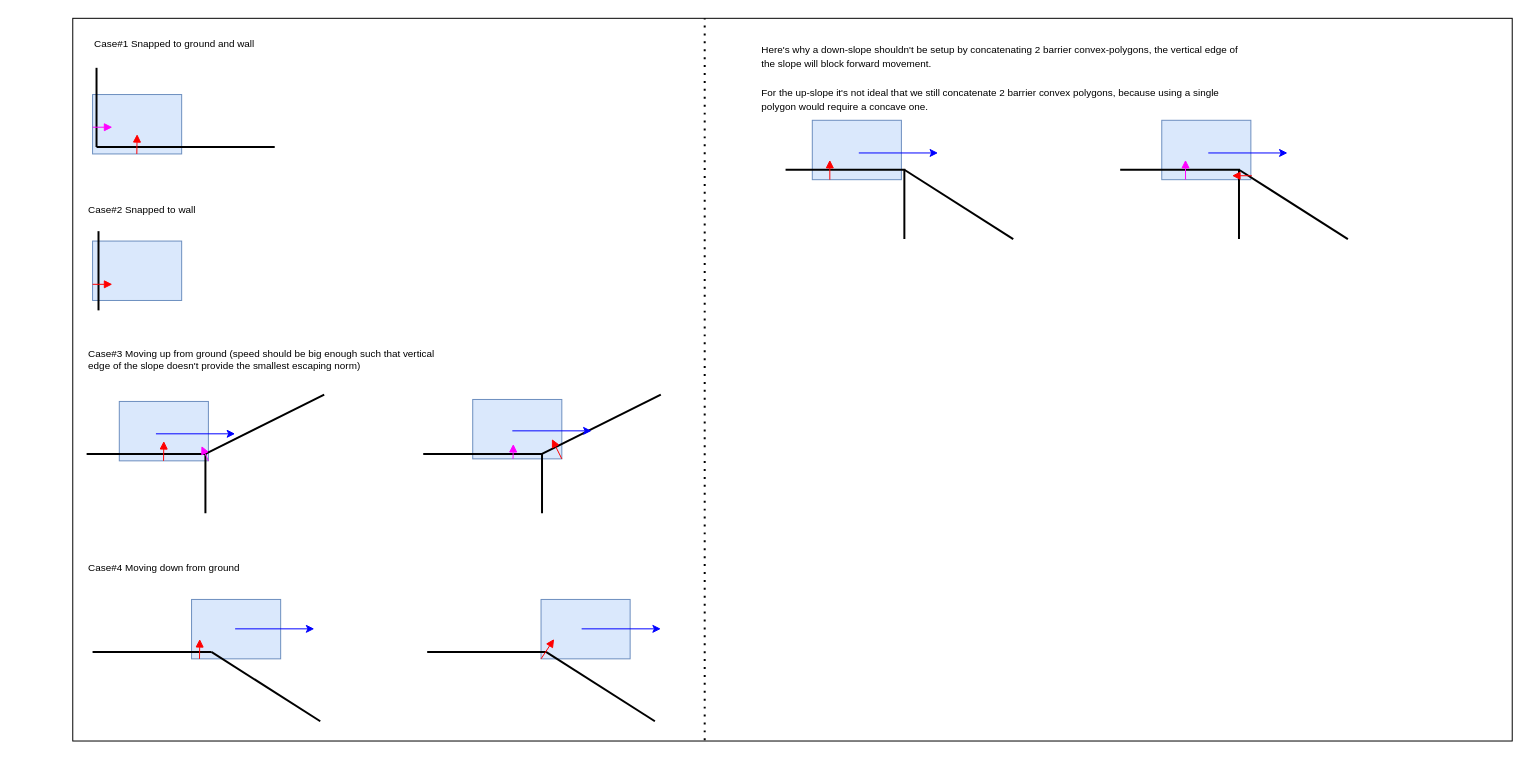
Above: page "MultiHardPushbacks" (7 of 7) of charts/DelayNoMore.drawio in genxium/DelayNoMoreUnity (draw.io), before the change. Source tidied: cells renumbered, new cells numbered last; positions are measured from the earlier drawing's top-left corner, leaving out a move shared by most shapes. Both pictures are drawn from the tidied source at 99%, with x=0, y=0 at pixel (72, 18).
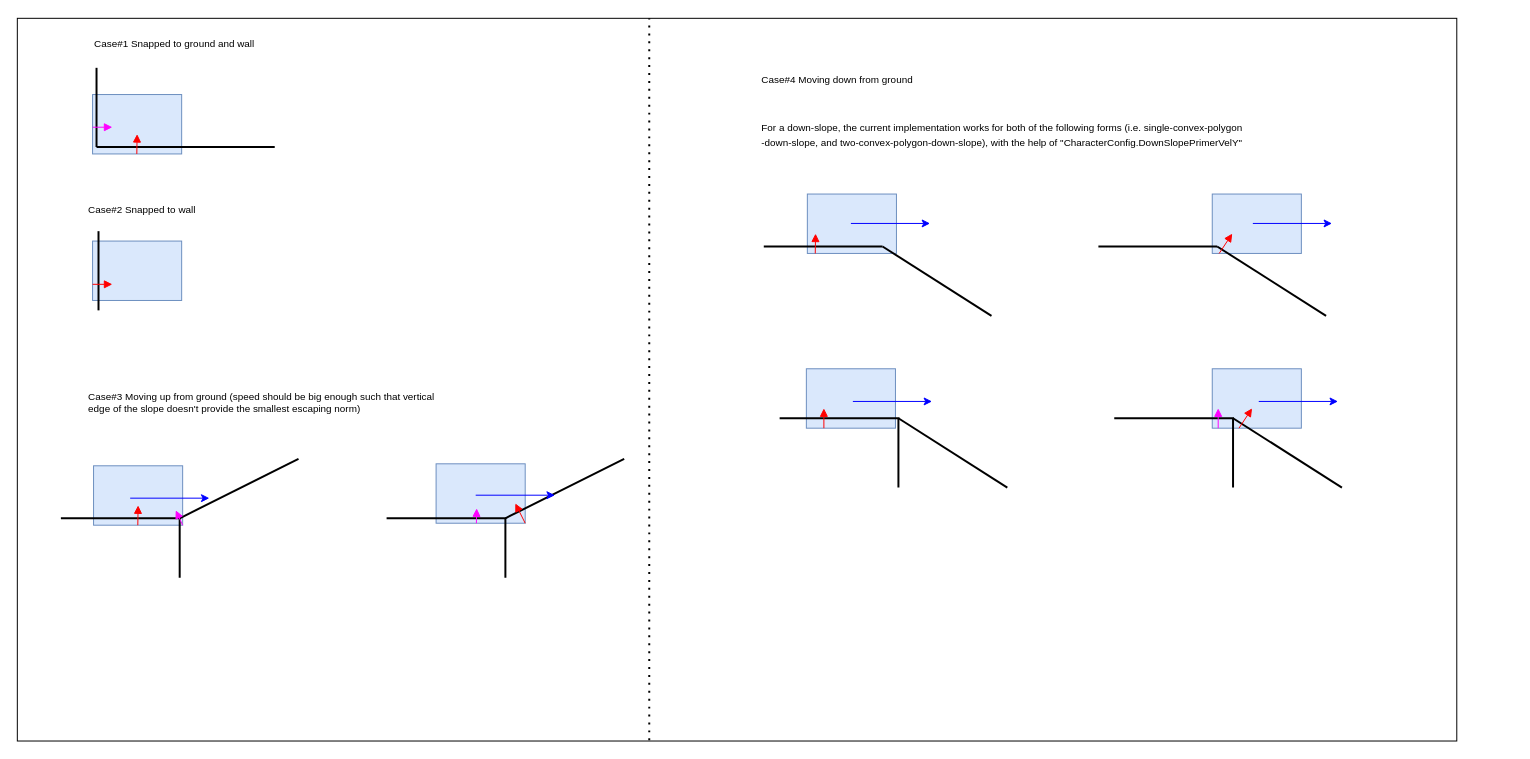
After the change.

What changed in the source:
```diff
@@
     <mxCell id="2" style="rounded=0;whiteSpace=wrap;html=1;fontSize=10;" parent="1" vertex="1">
-      <mxGeometry width="1454" height="730" as="geometry" />
+      <mxGeometry x="-56" width="1454" height="730" as="geometry" />
     </mxCell>
@@
     <mxCell id="4" style="rounded=0;whiteSpace=wrap;html=1;fillColor=#dae8fc;strokeColor=#6c8ebf;" parent="1" vertex="1">
-      <mxGeometry x="47" y="387" width="90" height="60" as="geometry" />
+      <mxGeometry x="21" y="452" width="90" height="60" as="geometry" />
     </mxCell>
     <mxCell id="5" style="rounded=0;whiteSpace=wrap;html=1;fillColor=#dae8fc;strokeColor=#6c8ebf;" parent="1" vertex="1">
-      <mxGeometry x="120" y="587" width="90" height="60" as="geometry" />
+      <mxGeometry x="742" y="177.5" width="90" height="60" as="geometry" />
     </mxCell>
@@
     <mxCell id="9" style="endArrow=none;html=1;rounded=0;strokeWidth=2;" parent="1" edge="1">
       <mxGeometry relative="1" as="geometry">
-        <mxPoint x="20" y="640" as="sourcePoint" />
-        <mxPoint x="140" y="640" as="targetPoint" />
+        <mxPoint x="698" y="230.5" as="sourcePoint" />
+        <mxPoint x="818" y="230.5" as="targetPoint" />
         <Array as="points">
-          <mxPoint x="140" y="640" />
+          <mxPoint x="818" y="230.5" />
         </Array>
       </mxGeometry>
     </mxCell>
     <mxCell id="10" style="endArrow=none;html=1;rounded=0;strokeWidth=2;" parent="1" edge="1">
       <mxGeometry relative="1" as="geometry">
-        <mxPoint x="140" y="640" as="sourcePoint" />
-        <mxPoint x="250" y="710" as="targetPoint" />
+        <mxPoint x="818" y="230.5" as="sourcePoint" />
+        <mxPoint x="928" y="300.5" as="targetPoint" />
       </mxGeometry>
     </mxCell>
     <mxCell id="11" style="endArrow=none;html=1;rounded=0;strokeWidth=2;" parent="1" edge="1">
       <mxGeometry relative="1" as="geometry">
-        <mxPoint x="14" y="440" as="sourcePoint" />
-        <mxPoint x="134" y="500" as="targetPoint" />
+        <mxPoint x="-12" y="505" as="sourcePoint" />
+        <mxPoint x="108" y="565" as="targetPoint" />
         <Array as="points">
-          <mxPoint x="134" y="440" />
+          <mxPoint x="108" y="505" />
         </Array>
       </mxGeometry>
     </mxCell>
     <mxCell id="12" style="endArrow=none;html=1;rounded=0;strokeWidth=2;" parent="1" edge="1">
       <mxGeometry relative="1" as="geometry">
-        <mxPoint x="134" y="440" as="sourcePoint" />
-        <mxPoint x="254" y="380" as="targetPoint" />
+        <mxPoint x="108" y="505" as="sourcePoint" />
+        <mxPoint x="228" y="445" as="targetPoint" />
       </mxGeometry>
     </mxCell>
@@
     <mxCell id="14" style="rounded=0;whiteSpace=wrap;html=1;fillColor=#dae8fc;strokeColor=#6c8ebf;" parent="1" vertex="1">
-      <mxGeometry x="404" y="385" width="90" height="60" as="geometry" />
+      <mxGeometry x="367" y="450" width="90" height="60" as="geometry" />
     </mxCell>
     <mxCell id="15" style="endArrow=none;html=1;rounded=0;strokeWidth=2;" parent="1" edge="1">
       <mxGeometry relative="1" as="geometry">
-        <mxPoint x="354" y="440" as="sourcePoint" />
-        <mxPoint x="474" y="500" as="targetPoint" />
+        <mxPoint x="317" y="505" as="sourcePoint" />
+        <mxPoint x="437" y="565" as="targetPoint" />
         <Array as="points">
-          <mxPoint x="474" y="440" />
+          <mxPoint x="437" y="505" />
         </Array>
       </mxGeometry>
     </mxCell>
     <mxCell id="16" style="endArrow=none;html=1;rounded=0;strokeWidth=2;" parent="1" edge="1">
       <mxGeometry relative="1" as="geometry">
-        <mxPoint x="474" y="440" as="sourcePoint" />
-        <mxPoint x="594" y="380" as="targetPoint" />
+        <mxPoint x="437" y="505" as="sourcePoint" />
+        <mxPoint x="557" y="445" as="targetPoint" />
       </mxGeometry>
     </mxCell>
     <mxCell id="17" style="rounded=0;whiteSpace=wrap;html=1;fillColor=#dae8fc;strokeColor=#6c8ebf;" parent="1" vertex="1">
-      <mxGeometry x="473" y="587" width="90" height="60" as="geometry" />
+      <mxGeometry x="1151" y="177.5" width="90" height="60" as="geometry" />
     </mxCell>
     <mxCell id="18" style="endArrow=none;html=1;rounded=0;strokeWidth=2;" parent="1" edge="1">
       <mxGeometry relative="1" as="geometry">
-        <mxPoint x="358" y="640" as="sourcePoint" />
-        <mxPoint x="478" y="640" as="targetPoint" />
+        <mxPoint x="1036" y="230.5" as="sourcePoint" />
+        <mxPoint x="1156" y="230.5" as="targetPoint" />
         <Array as="points">
-          <mxPoint x="478" y="640" />
+          <mxPoint x="1156" y="230.5" />
         </Array>
       </mxGeometry>
     </mxCell>
     <mxCell id="19" style="endArrow=none;html=1;rounded=0;strokeWidth=2;" parent="1" edge="1">
       <mxGeometry relative="1" as="geometry">
-        <mxPoint x="478" y="640" as="sourcePoint" />
-        <mxPoint x="588" y="710" as="targetPoint" />
+        <mxPoint x="1156" y="230.5" as="sourcePoint" />
+        <mxPoint x="1266" y="300.5" as="targetPoint" />
       </mxGeometry>
     </mxCell>
     <mxCell id="20" style="rounded=0;whiteSpace=wrap;html=1;fillColor=#dae8fc;strokeColor=#6c8ebf;" parent="1" vertex="1">
-      <mxGeometry x="747" y="103" width="90" height="60" as="geometry" />
+      <mxGeometry x="741" y="354" width="90" height="60" as="geometry" />
     </mxCell>
     <mxCell id="21" style="endArrow=none;html=1;rounded=0;strokeWidth=2;" parent="1" edge="1">
       <mxGeometry relative="1" as="geometry">
-        <mxPoint x="720" y="153" as="sourcePoint" />
-        <mxPoint x="840" y="223" as="targetPoint" />
+        <mxPoint x="714" y="404" as="sourcePoint" />
+        <mxPoint x="834" y="474" as="targetPoint" />
         <Array as="points">
-          <mxPoint x="840" y="153" />
+          <mxPoint x="834" y="404" />
         </Array>
       </mxGeometry>
     </mxCell>
     <mxCell id="22" style="endArrow=none;html=1;rounded=0;strokeWidth=2;" parent="1" edge="1">
       <mxGeometry relative="1" as="geometry">
-        <mxPoint x="840" y="153" as="sourcePoint" />
-        <mxPoint x="950" y="223" as="targetPoint" />
+        <mxPoint x="834" y="404" as="sourcePoint" />
+        <mxPoint x="944" y="474" as="targetPoint" />
       </mxGeometry>
     </mxCell>
-    <mxCell id="23" value="&lt;font style=&quot;font-size: 10px&quot;&gt;Here's why a down-slope shouldn't be setup by concatenating 2 barrier convex-polygons, the vertical edge of the slope will block forward movement.&lt;br&gt;&lt;br&gt;For the up-slope it's not ideal that we still concatenate 2 barrier convex polygons, because using a single polygon would require a concave one.&amp;nbsp;&lt;/font&gt;" style="text;html=1;strokeColor=none;fillColor=none;align=left;verticalAlign=middle;whiteSpace=wrap;rounded=0;" parent="1" vertex="1">
-      <mxGeometry x="694" y="30" width="490" height="60" as="geometry" />
+    <mxCell id="23" value="&lt;span style=&quot;font-size: 10px&quot;&gt;For a down-slope, the current implementation works for both of the following forms (i.e. single-convex-polygon -down-slope, and two-convex-polygon-down-slope), with the help of &quot;CharacterConfig.DownSlopePrimerVelY&quot;&lt;/span&gt;" style="text;html=1;strokeColor=none;fillColor=none;align=left;verticalAlign=middle;whiteSpace=wrap;rounded=0;" parent="1" vertex="1">
+      <mxGeometry x="694" y="87" width="490" height="60" as="geometry" />
     </mxCell>
     <mxCell id="24" style="endArrow=classic;html=1;rounded=0;exitX=0.522;exitY=0.55;exitDx=0;exitDy=0;exitPerimeter=0;strokeColor=#0000FF;" parent="1" edge="1" source="20">
       <mxGeometry relative="1" as="geometry">
-        <mxPoint x="874" y="136" as="targetPoint" />
+        <mxPoint x="868" y="387" as="targetPoint" />
       </mxGeometry>
     </mxCell>
     <mxCell id="25" style="rounded=0;whiteSpace=wrap;html=1;fillColor=#dae8fc;strokeColor=#6c8ebf;" parent="1" vertex="1">
-      <mxGeometry x="1100" y="103" width="90" height="60" as="geometry" />
+      <mxGeometry x="1151" y="354" width="90" height="60" as="geometry" />
     </mxCell>
     <mxCell id="26" style="endArrow=none;html=1;rounded=0;strokeWidth=2;" parent="1" edge="1">
       <mxGeometry relative="1" as="geometry">
-        <mxPoint x="1058" y="153" as="sourcePoint" />
-        <mxPoint x="1178" y="223" as="targetPoint" />
+        <mxPoint x="1052" y="404" as="sourcePoint" />
+        <mxPoint x="1172" y="474" as="targetPoint" />
         <Array as="points">
-          <mxPoint x="1178" y="153" />
+          <mxPoint x="1172" y="404" />
         </Array>
       </mxGeometry>
     </mxCell>
     <mxCell id="27" style="endArrow=none;html=1;rounded=0;strokeWidth=2;" parent="1" edge="1">
       <mxGeometry relative="1" as="geometry">
-        <mxPoint x="1178" y="153" as="sourcePoint" />
-        <mxPoint x="1288" y="223" as="targetPoint" />
+        <mxPoint x="1172" y="404" as="sourcePoint" />
+        <mxPoint x="1282" y="474" as="targetPoint" />
       </mxGeometry>
     </mxCell>
     <mxCell id="28" style="endArrow=classic;html=1;rounded=0;exitX=0.522;exitY=0.55;exitDx=0;exitDy=0;exitPerimeter=0;strokeColor=#0000FF;" parent="1" edge="1" source="25">
       <mxGeometry relative="1" as="geometry">
-        <mxPoint x="1227" y="136" as="targetPoint" />
+        <mxPoint x="1278" y="387" as="targetPoint" />
       </mxGeometry>
     </mxCell>
-    <mxCell id="29" style="endArrow=block;html=1;rounded=0;strokeColor=#FF0000;endFill=1;" parent="1" edge="1">
-      <mxGeometry relative="1" as="geometry">
-        <mxPoint x="1191" y="159" as="sourcePoint" />
-        <mxPoint x="1171" y="159" as="targetPoint" />
-      </mxGeometry>
-    </mxCell>
     <mxCell id="30" style="endArrow=block;html=1;rounded=0;strokeColor=#FF00FF;endFill=1;" parent="1" edge="1">
       <mxGeometry relative="1" as="geometry">
-        <mxPoint x="1124" y="163" as="sourcePoint" />
-        <mxPoint x="1124" y="143" as="targetPoint" />
+        <mxPoint x="1157" y="414" as="sourcePoint" />
+        <mxPoint x="1157" y="394" as="targetPoint" />
       </mxGeometry>
     </mxCell>
@@
     <mxCell id="33" style="endArrow=block;html=1;rounded=0;strokeColor=#FF0000;endFill=1;" parent="1" edge="1">
       <mxGeometry relative="1" as="geometry">
-        <mxPoint x="764.7" y="163" as="sourcePoint" />
-        <mxPoint x="764.7" y="143" as="targetPoint" />
+        <mxPoint x="758.7" y="414" as="sourcePoint" />
+        <mxPoint x="758.7" y="394" as="targetPoint" />
       </mxGeometry>
     </mxCell>
@@
     <mxCell id="35" style="endArrow=block;html=1;rounded=0;strokeColor=#FF0000;endFill=1;" parent="1" edge="1">
       <mxGeometry relative="1" as="geometry">
-        <mxPoint x="91.7" y="447" as="sourcePoint" />
-        <mxPoint x="92" y="427" as="targetPoint" />
+        <mxPoint x="65.7" y="512" as="sourcePoint" />
+        <mxPoint x="66" y="492" as="targetPoint" />
       </mxGeometry>
     </mxCell>
     <mxCell id="36" style="endArrow=block;html=1;rounded=0;strokeColor=#FF0000;endFill=1;" parent="1" edge="1">
       <mxGeometry relative="1" as="geometry">
-        <mxPoint x="494" y="445" as="sourcePoint" />
-        <mxPoint x="484" y="425" as="targetPoint" />
+        <mxPoint x="457" y="510" as="sourcePoint" />
+        <mxPoint x="447" y="490" as="targetPoint" />
       </mxGeometry>
     </mxCell>
     <mxCell id="37" style="endArrow=classic;html=1;rounded=0;exitX=0.522;exitY=0.55;exitDx=0;exitDy=0;exitPerimeter=0;strokeColor=#0000FF;" parent="1" edge="1">
       <mxGeometry relative="1" as="geometry">
-        <mxPoint x="84" y="419.7" as="sourcePoint" />
-        <mxPoint x="164" y="419.7" as="targetPoint" />
+        <mxPoint x="58" y="484.7" as="sourcePoint" />
+        <mxPoint x="138" y="484.7" as="targetPoint" />
       </mxGeometry>
     </mxCell>
     <mxCell id="38" style="endArrow=classic;html=1;rounded=0;exitX=0.522;exitY=0.55;exitDx=0;exitDy=0;exitPerimeter=0;strokeColor=#0000FF;" parent="1" edge="1">
       <mxGeometry relative="1" as="geometry">
-        <mxPoint x="444" y="416.7" as="sourcePoint" />
-        <mxPoint x="524" y="416.7" as="targetPoint" />
+        <mxPoint x="407" y="481.7" as="sourcePoint" />
+        <mxPoint x="487" y="481.7" as="targetPoint" />
       </mxGeometry>
     </mxCell>
     <mxCell id="39" style="endArrow=block;html=1;rounded=0;strokeColor=#FF00FF;endFill=1;" parent="1" edge="1">
       <mxGeometry relative="1" as="geometry">
-        <mxPoint x="444.7" y="445" as="sourcePoint" />
-        <mxPoint x="445" y="430" as="targetPoint" />
+        <mxPoint x="407.7" y="510" as="sourcePoint" />
+        <mxPoint x="408" y="495" as="targetPoint" />
       </mxGeometry>
     </mxCell>
     <mxCell id="40" style="endArrow=block;html=1;rounded=0;strokeColor=#FF0000;endFill=1;" parent="1" edge="1">
       <mxGeometry relative="1" as="geometry">
-        <mxPoint x="128" y="647" as="sourcePoint" />
-        <mxPoint x="128.3" y="627" as="targetPoint" />
+        <mxPoint x="750" y="237.5" as="sourcePoint" />
+        <mxPoint x="750.3" y="217.5" as="targetPoint" />
       </mxGeometry>
     </mxCell>
     <mxCell id="41" style="endArrow=classic;html=1;rounded=0;exitX=0.522;exitY=0.55;exitDx=0;exitDy=0;exitPerimeter=0;strokeColor=#0000FF;" parent="1" edge="1">
       <mxGeometry relative="1" as="geometry">
-        <mxPoint x="164" y="616.7" as="sourcePoint" />
-        <mxPoint x="244" y="616.7" as="targetPoint" />
+        <mxPoint x="786" y="207.2" as="sourcePoint" />
+        <mxPoint x="866" y="207.2" as="targetPoint" />
       </mxGeometry>
     </mxCell>
     <mxCell id="42" style="endArrow=classic;html=1;rounded=0;exitX=0.522;exitY=0.55;exitDx=0;exitDy=0;exitPerimeter=0;strokeColor=#0000FF;" parent="1" edge="1">
       <mxGeometry relative="1" as="geometry">
-        <mxPoint x="514" y="616.7" as="sourcePoint" />
-        <mxPoint x="594" y="616.7" as="targetPoint" />
+        <mxPoint x="1192" y="207.2" as="sourcePoint" />
+        <mxPoint x="1272" y="207.2" as="targetPoint" />
       </mxGeometry>
     </mxCell>
     <mxCell id="43" style="endArrow=block;html=1;rounded=0;strokeColor=#FF0000;endFill=1;" parent="1" edge="1">
       <mxGeometry relative="1" as="geometry">
-        <mxPoint x="473" y="647" as="sourcePoint" />
-        <mxPoint x="486.2" y="627" as="targetPoint" />
+        <mxPoint x="1158" y="237.5" as="sourcePoint" />
+        <mxPoint x="1171.2" y="217.5" as="targetPoint" />
       </mxGeometry>
     </mxCell>
@@
     <mxCell id="46" value="Case#3 Moving up from ground (speed should be big enough such that vertical edge of the slope doesn't provide the smallest escaping norm)" style="text;html=1;strokeColor=none;fillColor=none;align=left;verticalAlign=middle;whiteSpace=wrap;rounded=0;fontSize=10;" parent="1" vertex="1">
-      <mxGeometry x="14" y="330" width="370" height="30" as="geometry" />
+      <mxGeometry x="14" y="373" width="370" height="30" as="geometry" />
     </mxCell>
     <mxCell id="47" style="endArrow=block;html=1;rounded=0;strokeColor=#FF00FF;endFill=1;" parent="1" edge="1">
       <mxGeometry relative="1" as="geometry">
-        <mxPoint x="137" y="447" as="sourcePoint" />
-        <mxPoint x="130" y="432" as="targetPoint" />
+        <mxPoint x="111" y="512" as="sourcePoint" />
+        <mxPoint x="104" y="497" as="targetPoint" />
       </mxGeometry>
     </mxCell>
@@
     <mxCell id="49" value="Case#4 Moving down from ground" style="text;html=1;strokeColor=none;fillColor=none;align=left;verticalAlign=middle;whiteSpace=wrap;rounded=0;fontSize=10;" parent="1" vertex="1">
-      <mxGeometry x="14" y="540" width="370" height="30" as="geometry" />
+      <mxGeometry x="694" y="47" width="370" height="30" as="geometry" />
     </mxCell>
+    <mxCell id="50" style="endArrow=block;html=1;rounded=0;strokeColor=#FF0000;endFill=1;" parent="1" edge="1">
+      <mxGeometry relative="1" as="geometry">
+        <mxPoint x="1178" y="414" as="sourcePoint" />
+        <mxPoint x="1191.2" y="394" as="targetPoint" />
+      </mxGeometry>
+    </mxCell>
```
